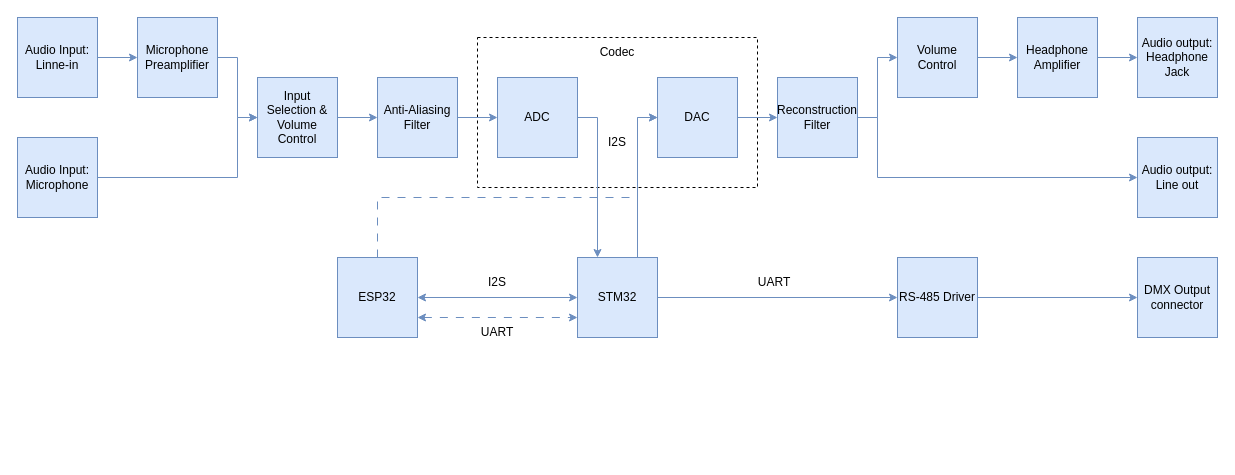
The draw.io diagram 2_Assessments/Block Diagram.drawio in Tommy270502/PM3, before the edit. Source tidied: cells renumbered, new cells numbered last; positions are measured from the earlier drawing's top-left corner, leaving out a move shared by most shapes. Both pictures are drawn from the tidied source at 100%, with x=0, y=0 at pixel (17, 17).
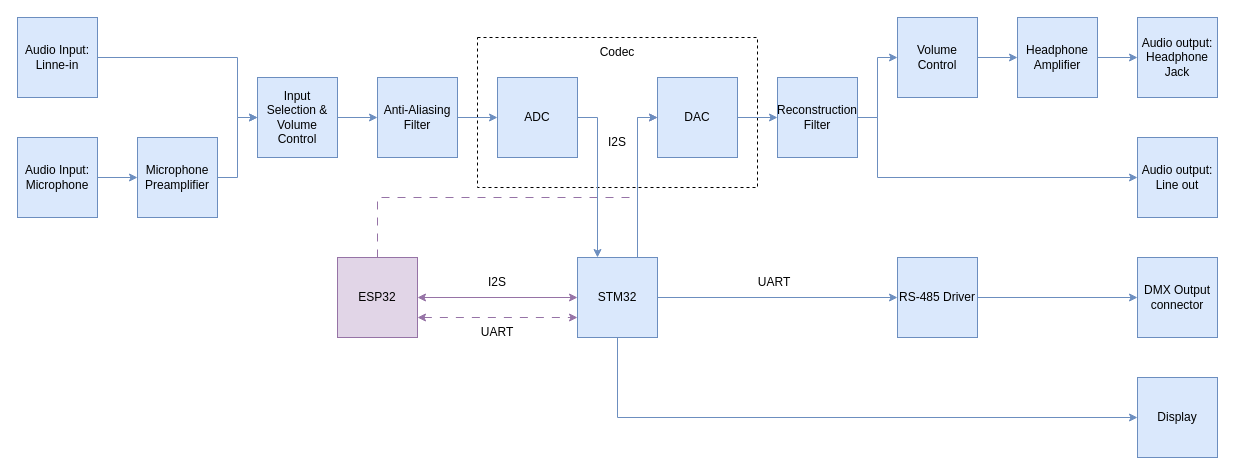
The same diagram, later.

Commit message (it also covers changes not shown here):
block diagram improved

Unchanged cells that the change refers to:
```xml
<mxCell id="4" value="Audio Input: Linne-in" style="whiteSpace=wrap;html=1;fillColor=#dae8fc;strokeColor=#6c8ebf;" parent="1" vertex="1">
  <mxGeometry width="80" height="80" as="geometry" />
</mxCell>
<mxCell id="6" value="Audio Input: Microphone" style="whiteSpace=wrap;html=1;fillColor=#dae8fc;strokeColor=#6c8ebf;" parent="1" vertex="1">
  <mxGeometry y="120" width="80" height="80" as="geometry" />
</mxCell>
<mxCell id="10" value="Input Selection &amp;amp; Volume Control" style="whiteSpace=wrap;html=1;fillColor=#dae8fc;strokeColor=#6c8ebf;" parent="1" vertex="1">
  <mxGeometry x="240" y="60" width="80" height="80" as="geometry" />
</mxCell>
<mxCell id="16" value="DAC" style="whiteSpace=wrap;html=1;fillColor=#dae8fc;strokeColor=#6c8ebf;" parent="1" vertex="1">
  <mxGeometry x="640" y="60" width="80" height="80" as="geometry" />
</mxCell>
<mxCell id="19" value="STM32" style="whiteSpace=wrap;html=1;fillColor=#dae8fc;strokeColor=#6c8ebf;" parent="1" vertex="1">
  <mxGeometry x="560" y="240" width="80" height="80" as="geometry" />
</mxCell>
```

Diff of the diagram source:
```diff
@@
+    <mxCell id="35" style="edgeStyle=orthogonalEdgeStyle;rounded=0;jettySize=auto;html=1;exitX=0.5;exitY=0;exitDx=0;exitDy=0;entryX=0;entryY=0.5;entryDx=0;entryDy=0;dashed=1;dashPattern=8 8;fillColor=#e1d5e7;strokeColor=#9673a6;" parent="1" edge="1" source="36" target="16">
+      <mxGeometry relative="1" as="geometry">
+        <Array as="points">
+          <mxPoint x="360" y="180" />
+          <mxPoint x="620" y="180" />
+          <mxPoint x="620" y="100" />
+        </Array>
+      </mxGeometry>
+    </mxCell>
@@
-    <mxCell id="3" style="edgeStyle=orthogonalEdgeStyle;rounded=0;jettySize=auto;html=1;entryX=0;entryY=0.5;entryDx=0;entryDy=0;fillColor=#dae8fc;strokeColor=#6c8ebf;" parent="1" edge="1" source="4" target="8">
-      <mxGeometry relative="1" as="geometry" />
+    <mxCell id="3" style="edgeStyle=orthogonalEdgeStyle;rounded=0;jettySize=auto;html=1;entryX=0;entryY=0.5;entryDx=0;entryDy=0;fillColor=#dae8fc;strokeColor=#6c8ebf;" parent="1" edge="1" source="4" target="10">
+      <mxGeometry relative="1" as="geometry">
+        <Array as="points">
+          <mxPoint x="220" y="40" />
+          <mxPoint x="220" y="100" />
+        </Array>
+      </mxGeometry>
     </mxCell>
@@
-    <mxCell id="5" style="edgeStyle=orthogonalEdgeStyle;rounded=0;jettySize=auto;html=1;entryX=0;entryY=0.5;entryDx=0;entryDy=0;fillColor=#dae8fc;strokeColor=#6c8ebf;" parent="1" edge="1" source="6" target="10">
-      <mxGeometry relative="1" as="geometry">
-        <Array as="points">
-          <mxPoint x="220" y="160" />
-          <mxPoint x="220" y="100" />
-        </Array>
-      </mxGeometry>
-    </mxCell>
+    <mxCell id="41" style="edgeStyle=orthogonalEdgeStyle;rounded=0;jettySize=auto;html=1;exitX=1;exitY=0.5;exitDx=0;exitDy=0;entryX=0;entryY=0.5;entryDx=0;entryDy=0;fillColor=#dae8fc;strokeColor=#6c8ebf;" parent="1" edge="1" source="6" target="8">
+      <mxGeometry relative="1" as="geometry" />
+    </mxCell>
@@
-    <mxCell id="7" style="edgeStyle=orthogonalEdgeStyle;rounded=0;jettySize=auto;html=1;entryX=0;entryY=0.5;entryDx=0;entryDy=0;fillColor=#dae8fc;strokeColor=#6c8ebf;" parent="1" edge="1" source="8" target="10">
-      <mxGeometry relative="1" as="geometry" />
-    </mxCell>
-    <mxCell id="8" value="Microphone Preamplifier" style="whiteSpace=wrap;html=1;fillColor=#dae8fc;strokeColor=#6c8ebf;" parent="1" vertex="1">
-      <mxGeometry x="120" width="80" height="80" as="geometry" />
-    </mxCell>
@@
-    <mxCell id="17" style="edgeStyle=orthogonalEdgeStyle;rounded=0;jettySize=auto;html=1;exitX=0.75;exitY=0;exitDx=0;exitDy=0;entryX=0;entryY=0.5;entryDx=0;entryDy=0;fillColor=#dae8fc;strokeColor=#6c8ebf;" parent="1" edge="1" source="19" target="16">
-      <mxGeometry relative="1" as="geometry" />
-    </mxCell>
@@
+    <mxCell id="42" style="edgeStyle=orthogonalEdgeStyle;rounded=0;jettySize=auto;html=1;entryX=0;entryY=0.5;entryDx=0;entryDy=0;fillColor=#dae8fc;strokeColor=#6c8ebf;" parent="1" edge="1" source="19" target="43">
+      <mxGeometry relative="1" as="geometry">
+        <Array as="points">
+          <mxPoint x="600" y="400" />
+        </Array>
+      </mxGeometry>
+    </mxCell>
@@
+    <mxCell id="17" style="edgeStyle=orthogonalEdgeStyle;rounded=0;jettySize=auto;html=1;exitX=0.75;exitY=0;exitDx=0;exitDy=0;entryX=0;entryY=0.5;entryDx=0;entryDy=0;fillColor=#dae8fc;strokeColor=#6c8ebf;" parent="1" edge="1" source="19" target="16">
+      <mxGeometry relative="1" as="geometry" />
+    </mxCell>
@@
-    <mxCell id="34" style="edgeStyle=orthogonalEdgeStyle;rounded=0;jettySize=auto;html=1;exitX=1;exitY=0.5;exitDx=0;exitDy=0;entryX=0;entryY=0.5;entryDx=0;entryDy=0;startArrow=classic;startFill=1;fillColor=#dae8fc;strokeColor=#6c8ebf;" parent="1" edge="1" source="36" target="19">
+    <mxCell id="34" style="edgeStyle=orthogonalEdgeStyle;rounded=0;jettySize=auto;html=1;exitX=1;exitY=0.5;exitDx=0;exitDy=0;entryX=0;entryY=0.5;entryDx=0;entryDy=0;startArrow=classic;startFill=1;fillColor=#e1d5e7;strokeColor=#9673a6;" parent="1" edge="1" source="36" target="19">
       <mxGeometry relative="1" as="geometry" />
     </mxCell>
-    <mxCell id="35" style="edgeStyle=orthogonalEdgeStyle;rounded=0;jettySize=auto;html=1;exitX=0.5;exitY=0;exitDx=0;exitDy=0;entryX=0;entryY=0.5;entryDx=0;entryDy=0;dashed=1;dashPattern=8 8;fillColor=#dae8fc;strokeColor=#6c8ebf;" parent="1" edge="1" source="36" target="16">
-      <mxGeometry relative="1" as="geometry">
-        <Array as="points">
-          <mxPoint x="360" y="180" />
-          <mxPoint x="620" y="180" />
-          <mxPoint x="620" y="100" />
-        </Array>
-      </mxGeometry>
-    </mxCell>
-    <mxCell id="36" value="ESP32" style="whiteSpace=wrap;html=1;fillColor=#dae8fc;strokeColor=#6c8ebf;" parent="1" vertex="1">
+    <mxCell id="36" value="ESP32" style="whiteSpace=wrap;html=1;fillColor=#e1d5e7;strokeColor=#9673a6;" parent="1" vertex="1">
       <mxGeometry x="320" y="240" width="80" height="80" as="geometry" />
     </mxCell>
@@
-    <mxCell id="38" style="edgeStyle=orthogonalEdgeStyle;rounded=0;orthogonalLoop=1;jettySize=auto;html=1;exitX=1;exitY=0.5;exitDx=0;exitDy=0;entryX=0;entryY=0.5;entryDx=0;entryDy=0;startArrow=classic;startFill=1;dashed=1;dashPattern=8 8;fillColor=#dae8fc;strokeColor=#6c8ebf;" parent="1" edge="1">
+    <mxCell id="38" style="edgeStyle=orthogonalEdgeStyle;rounded=0;orthogonalLoop=1;jettySize=auto;html=1;exitX=1;exitY=0.5;exitDx=0;exitDy=0;entryX=0;entryY=0.5;entryDx=0;entryDy=0;startArrow=classic;startFill=1;dashed=1;dashPattern=8 8;fillColor=#e1d5e7;strokeColor=#9673a6;" parent="1" edge="1">
       <mxGeometry relative="1" as="geometry">
         <mxPoint x="400" y="300" as="sourcePoint" />
         <mxPoint x="560" y="300" as="targetPoint" />
       </mxGeometry>
     </mxCell>
@@
+    <mxCell id="43" value="Display" style="whiteSpace=wrap;html=1;fillColor=#dae8fc;strokeColor=#6c8ebf;" parent="1" vertex="1">
+      <mxGeometry x="1120" y="360" width="80" height="80" as="geometry" />
+    </mxCell>
+    <mxCell id="7" style="edgeStyle=orthogonalEdgeStyle;rounded=0;jettySize=auto;html=1;exitX=1;exitY=0.5;exitDx=0;exitDy=0;entryX=0;entryY=0.5;entryDx=0;entryDy=0;fillColor=#dae8fc;strokeColor=#6c8ebf;" parent="1" edge="1" source="8" target="10">
+      <mxGeometry relative="1" as="geometry" />
+    </mxCell>
+    <mxCell id="8" value="Microphone Preamplifier" style="whiteSpace=wrap;html=1;fillColor=#dae8fc;strokeColor=#6c8ebf;" parent="1" vertex="1">
+      <mxGeometry x="120" y="120" width="80" height="80" as="geometry" />
+    </mxCell>
```
